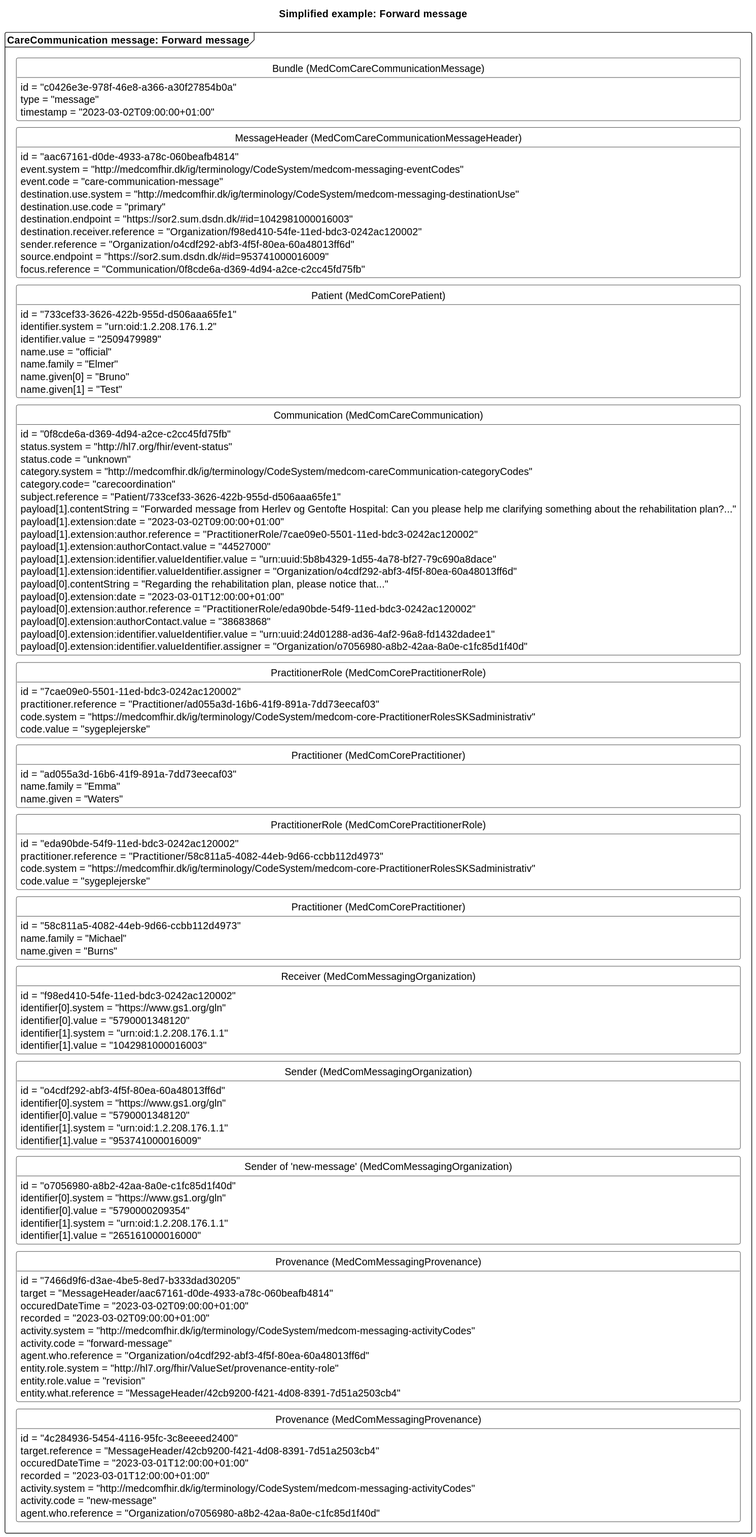
medcomdk/dk-medcom-carecommunication keeps this PlantUML diagram as docs/assets/images/CCForwardMessage2.svg. Above is the earlier version. Source of this version:
```plantuml
@startuml CCForwardMessage2

skinparam class {
    BackgroundColor White
    BorderColor Black
    ArrowColor Black
  }
hide circle
hide empty members
skinparam SameClassWidth true
skinparam Ranksep 10


title Simplified example: Forward message

package "CareCommunication message: Forward message" as forward <<Frame>>{
    class "Bundle (MedComCareCommunicationMessage)" as forwardB {
        id = "c0426e3e-978f-46e8-a366-a30f27854b0a"
        type = "message"
        timestamp = "2023-03-02T09:00:00+01:00"
    }
    class "MessageHeader (MedComCareCommunicationMessageHeader)" as forwardMH{
        id = "aac67161-d0de-4933-a78c-060beafb4814"
        event.system = "http://medcomfhir.dk/ig/terminology/CodeSystem/medcom-messaging-eventCodes"
        event.code = "care-communication-message"
        destination.use.system = "http://medcomfhir.dk/ig/terminology/CodeSystem/medcom-messaging-destinationUse"
        destination.use.code = "primary"
        destination.endpoint = "https://sor2.sum.dsdn.dk/#id=1042981000016003"
        destination.receiver.reference = "Organization/f98ed410-54fe-11ed-bdc3-0242ac120002"
        sender.reference = "Organization/o4cdf292-abf3-4f5f-80ea-60a48013ff6d"
        source.endpoint = "https://sor2.sum.dsdn.dk/#id=953741000016009"
        focus.reference = "Communication/0f8cde6a-d369-4d94-a2ce-c2cc45fd75fb"
    }
    class "Patient (MedComCorePatient)" as forwardPT{
        id = "733cef33-3626-422b-955d-d506aaa65fe1"
        identifier.system = "urn:oid:1.2.208.176.1.2"
        identifier.value = "2509479989"
        name.use = "official"
        name.family = "Elmer"
        name.given[0] = "Bruno"
        name.given[1] = "Test"
    }
    class "Communication (MedComCareCommunication)" as forwardCom{
        id = "0f8cde6a-d369-4d94-a2ce-c2cc45fd75fb"
        status.system = "http://hl7.org/fhir/event-status"
        status.code = "unknown"
        category.system = "http://medcomfhir.dk/ig/terminology/CodeSystem/medcom-careCommunication-categoryCodes"
        category.code= "carecoordination"
        subject.reference = "Patient/733cef33-3626-422b-955d-d506aaa65fe1"
        payload[1].contentString = "Forwarded message from Herlev og Gentofte Hospital: Can you please help me clarifying something about the rehabilitation plan?..."
        payload[1].extension:date = "2023-03-02T09:00:00+01:00"
        payload[1].extension:author.reference = "PractitionerRole/7cae09e0-5501-11ed-bdc3-0242ac120002"
        payload[1].extension:authorContact.value = "44527000"
        payload[1].extension:identifier.valueIdentifier.value = "urn:uuid:5b8b4329-1d55-4a78-bf27-79c690a8dace"
        payload[1].extension:identifier.valueIdentifier.assigner = "Organization/o4cdf292-abf3-4f5f-80ea-60a48013ff6d"
        payload[0].contentString = "Regarding the rehabilitation plan, please notice that..."
        payload[0].extension:date = "2023-03-01T12:00:00+01:00"
        payload[0].extension:author.reference = "PractitionerRole/eda90bde-54f9-11ed-bdc3-0242ac120002"
        payload[0].extension:authorContact.value = "38683868"
        payload[0].extension:identifier.valueIdentifier.value = "urn:uuid:24d01288-ad36-4af2-96a8-fd1432dadee1"
        payload[0].extension:identifier.valueIdentifier.assigner = "Organization/o7056980-a8b2-42aa-8a0e-c1fc85d1f40d"
    }
    class "PractitionerRole (MedComCorePractitionerRole)" as forwardPracR{
        id = "7cae09e0-5501-11ed-bdc3-0242ac120002"
        practitioner.reference = "Practitioner/ad055a3d-16b6-41f9-891a-7dd73eecaf03"
        code.system = "https://medcomfhir.dk/ig/terminology/CodeSystem/medcom-core-PractitionerRolesSKSadministrativ"
        code.value = "sygeplejerske"
    }
    class "Practitioner (MedComCorePractitioner)" as forwardPrac{
        id = "ad055a3d-16b6-41f9-891a-7dd73eecaf03"
        name.family = "Emma"
        name.given = "Waters"
    }
    class "PractitionerRole (MedComCorePractitionerRole)" as newPracR{
        id = "eda90bde-54f9-11ed-bdc3-0242ac120002"
        practitioner.reference = "Practitioner/58c811a5-4082-44eb-9d66-ccbb112d4973"
        code.system = "https://medcomfhir.dk/ig/terminology/CodeSystem/medcom-core-PractitionerRolesSKSadministrativ"
        code.value = "sygeplejerske"
    }
    class "Practitioner (MedComCorePractitioner)" as newPrac{
        id = "58c811a5-4082-44eb-9d66-ccbb112d4973"
        name.family = "Michael"
        name.given = "Burns"
    }
    class "Receiver (MedComMessagingOrganization)" as forwardROrg{
        id = "f98ed410-54fe-11ed-bdc3-0242ac120002"
        identifier[0].system = "https://www.gs1.org/gln"
        identifier[0].value = "5790001348120"
        identifier[1].system = "urn:oid:1.2.208.176.1.1"
        identifier[1].value = "1042981000016003"
    }
    class "Sender (MedComMessagingOrganization)" as forwardSOrg{
        id = "o4cdf292-abf3-4f5f-80ea-60a48013ff6d"
        identifier[0].system = "https://www.gs1.org/gln"
        identifier[0].value = "5790001348120"
        identifier[1].system = "urn:oid:1.2.208.176.1.1"
        identifier[1].value = "953741000016009"
    }
    class "Sender of 'new-message' (MedComMessagingOrganization)" as senderOrg{
        id = "o7056980-a8b2-42aa-8a0e-c1fc85d1f40d"
        identifier[0].system = "https://www.gs1.org/gln"
        identifier[0].value = "5790000209354"
        identifier[1].system = "urn:oid:1.2.208.176.1.1"
        identifier[1].value = "265161000016000"
    }
    class "Provenance (MedComMessagingProvenance)" as forwardPRO{
        id = "7466d9f6-d3ae-4be5-8ed7-b333dad30205"
        target = "MessageHeader/aac67161-d0de-4933-a78c-060beafb4814"
        occuredDateTime = "2023-03-02T09:00:00+01:00"
        recorded = "2023-03-02T09:00:00+01:00"
        activity.system = "http://medcomfhir.dk/ig/terminology/CodeSystem/medcom-messaging-activityCodes"
        activity.code = "forward-message"
        agent.who.reference = "Organization/o4cdf292-abf3-4f5f-80ea-60a48013ff6d"
        entity.role.system = "http://hl7.org/fhir/ValueSet/provenance-entity-role"
        entity.role.value = "revision"
        entity.what.reference = "MessageHeader/42cb9200-f421-4d08-8391-7d51a2503cb4"
    }
    class "Provenance (MedComMessagingProvenance)" as newPRO{
        id = "4c284936-5454-4116-95fc-3c8eeeed2400"
        target.reference = "MessageHeader/42cb9200-f421-4d08-8391-7d51a2503cb4"
        occuredDateTime = "2023-03-01T12:00:00+01:00"
        recorded = "2023-03-01T12:00:00+01:00"
        activity.system = "http://medcomfhir.dk/ig/terminology/CodeSystem/medcom-messaging-activityCodes"
        activity.code = "new-message"
        agent.who.reference = "Organization/o7056980-a8b2-42aa-8a0e-c1fc85d1f40d"
    }

forwardB -[hidden]- forwardMH
forwardMH -[hidden]-forwardPT
forwardPT-[hidden]-forwardCom
forwardCom -[hidden]-forwardPracR
forwardPracR-[hidden]-forwardPrac
forwardPrac-[hidden]-newPracR
newPracR-[hidden]-newPrac
newPrac-[hidden]-forwardROrg
forwardROrg-[hidden]- forwardSOrg
forwardSOrg-[hidden]-senderOrg
senderOrg-[hidden]-forwardPRO
forwardPRO-[hidden]-newPRO


@enduml
```
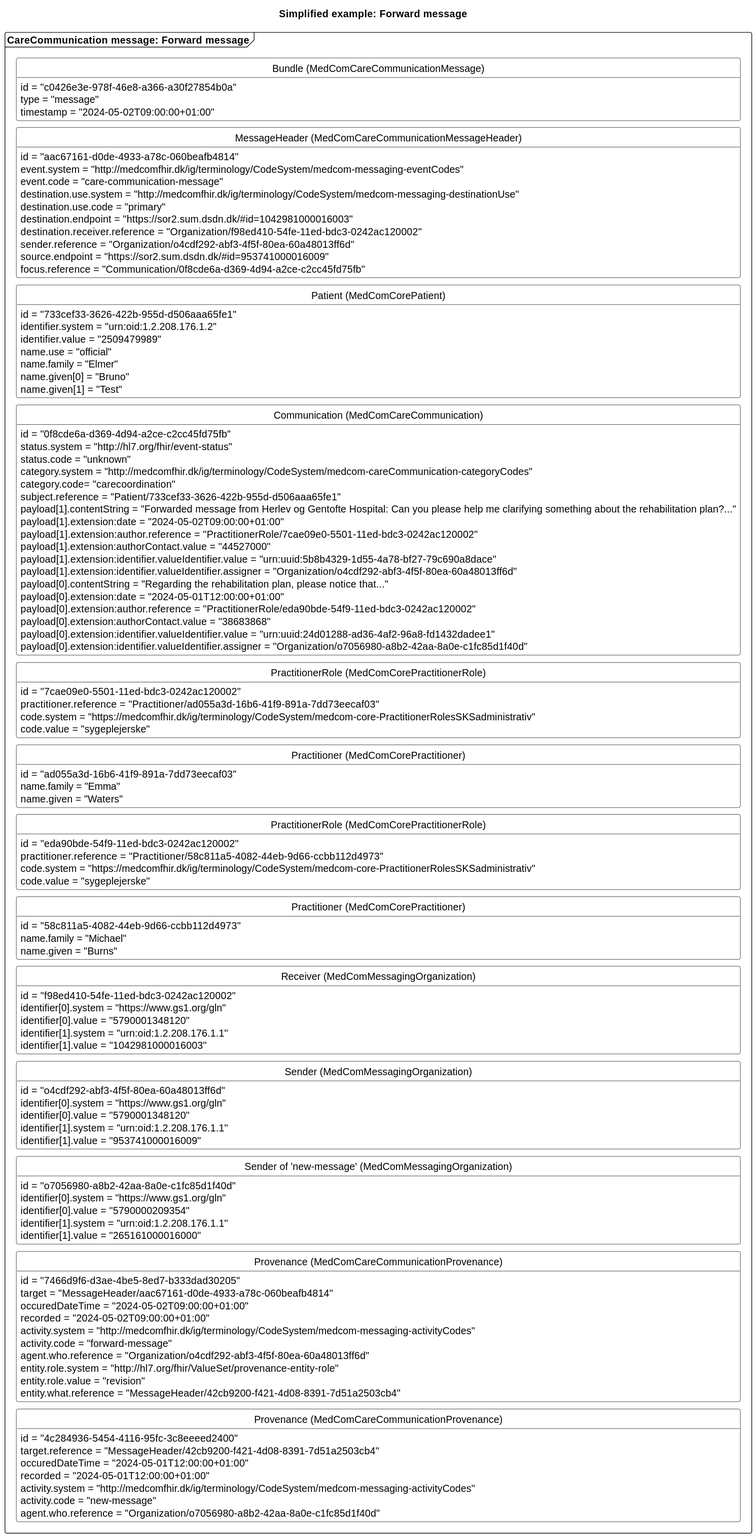
The same diagram one commit later.

Commit message:
Corrected examples diagrams so that correct provenance is mentioned

What changed in the source:
```diff
@@ -1,5 +1,4 @@
-@startuml CCForwardMessage2
-
+@startuml
 skinparam class {
     BackgroundColor White
     BorderColor Black
@@ -17,7 +16,7 @@
     class "Bundle (MedComCareCommunicationMessage)" as forwardB {
         id = "c0426e3e-978f-46e8-a366-a30f27854b0a"
         type = "message"
-        timestamp = "2023-03-02T09:00:00+01:00"
+        timestamp = "2024-05-02T09:00:00+01:00"
     }
     class "MessageHeader (MedComCareCommunicationMessageHeader)" as forwardMH{
         id = "aac67161-d0de-4933-a78c-060beafb4814"
@@ -48,13 +47,13 @@
         category.code= "carecoordination"
         subject.reference = "Patient/733cef33-3626-422b-955d-d506aaa65fe1"
         payload[1].contentString = "Forwarded message from Herlev og Gentofte Hospital: Can you please help me clarifying something about the rehabilitation plan?..."
-        payload[1].extension:date = "2023-03-02T09:00:00+01:00"
+        payload[1].extension:date = "2024-05-02T09:00:00+01:00"
         payload[1].extension:author.reference = "PractitionerRole/7cae09e0-5501-11ed-bdc3-0242ac120002"
         payload[1].extension:authorContact.value = "44527000"
         payload[1].extension:identifier.valueIdentifier.value = "urn:uuid:5b8b4329-1d55-4a78-bf27-79c690a8dace"
         payload[1].extension:identifier.valueIdentifier.assigner = "Organization/o4cdf292-abf3-4f5f-80ea-60a48013ff6d"
         payload[0].contentString = "Regarding the rehabilitation plan, please notice that..."
-        payload[0].extension:date = "2023-03-01T12:00:00+01:00"
+        payload[0].extension:date = "2024-05-01T12:00:00+01:00"
         payload[0].extension:author.reference = "PractitionerRole/eda90bde-54f9-11ed-bdc3-0242ac120002"
         payload[0].extension:authorContact.value = "38683868"
         payload[0].extension:identifier.valueIdentifier.value = "urn:uuid:24d01288-ad36-4af2-96a8-fd1432dadee1"
@@ -103,11 +102,11 @@
         identifier[1].system = "urn:oid:1.2.208.176.1.1"
         identifier[1].value = "265161000016000"
     }
-    class "Provenance (MedComMessagingProvenance)" as forwardPRO{
+    class "Provenance (MedComCareCommunicationProvenance)" as forwardPRO{
         id = "7466d9f6-d3ae-4be5-8ed7-b333dad30205"
         target = "MessageHeader/aac67161-d0de-4933-a78c-060beafb4814"
-        occuredDateTime = "2023-03-02T09:00:00+01:00"
-        recorded = "2023-03-02T09:00:00+01:00"
+        occuredDateTime = "2024-05-02T09:00:00+01:00"
+        recorded = "2024-05-02T09:00:00+01:00"
         activity.system = "http://medcomfhir.dk/ig/terminology/CodeSystem/medcom-messaging-activityCodes"
         activity.code = "forward-message"
         agent.who.reference = "Organization/o4cdf292-abf3-4f5f-80ea-60a48013ff6d"
@@ -115,11 +114,11 @@
         entity.role.value = "revision"
         entity.what.reference = "MessageHeader/42cb9200-f421-4d08-8391-7d51a2503cb4"
     }
-    class "Provenance (MedComMessagingProvenance)" as newPRO{
+    class "Provenance (MedComCareCommunicationProvenance)" as newPRO{
         id = "4c284936-5454-4116-95fc-3c8eeeed2400"
         target.reference = "MessageHeader/42cb9200-f421-4d08-8391-7d51a2503cb4"
-        occuredDateTime = "2023-03-01T12:00:00+01:00"
-        recorded = "2023-03-01T12:00:00+01:00"
+        occuredDateTime = "2024-05-01T12:00:00+01:00"
+        recorded = "2024-05-01T12:00:00+01:00"
         activity.system = "http://medcomfhir.dk/ig/terminology/CodeSystem/medcom-messaging-activityCodes"
         activity.code = "new-message"
         agent.who.reference = "Organization/o7056980-a8b2-42aa-8a0e-c1fc85d1f40d"
@@ -137,6 +136,4 @@
 forwardSOrg-[hidden]-senderOrg
 senderOrg-[hidden]-forwardPRO
 forwardPRO-[hidden]-newPRO
-
-
 @enduml
```
